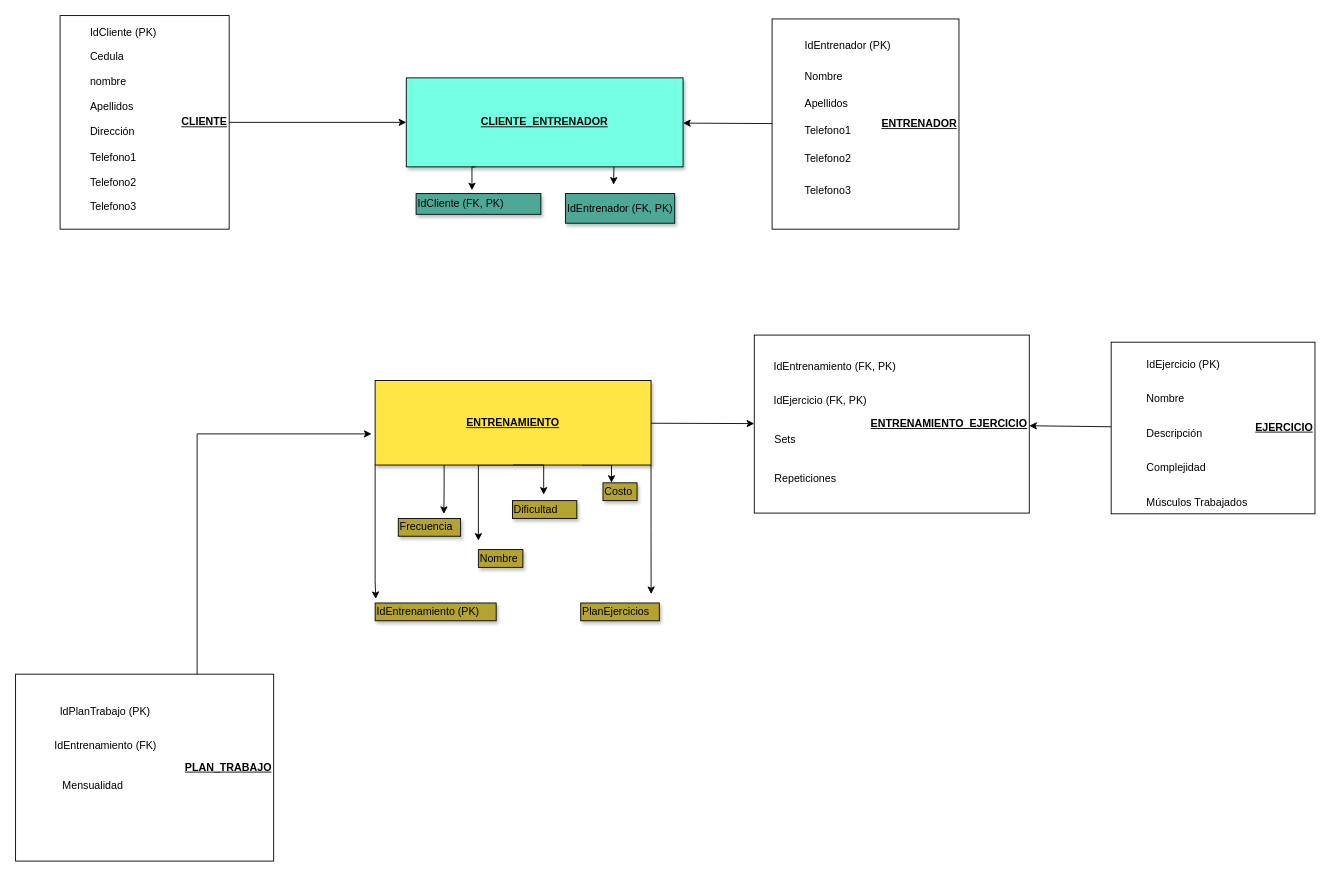
This is Diagrama sin título.drawio from Daniela27B/Daniela27B, a draw.io file, before an edit. Source tidied: cells renumbered, new cells numbered last; positions are measured from the earlier drawing's top-left corner, leaving out a move shared by most shapes. Both pictures are drawn from the tidied source at 89%, with x=0, y=0 at pixel (15, 15).
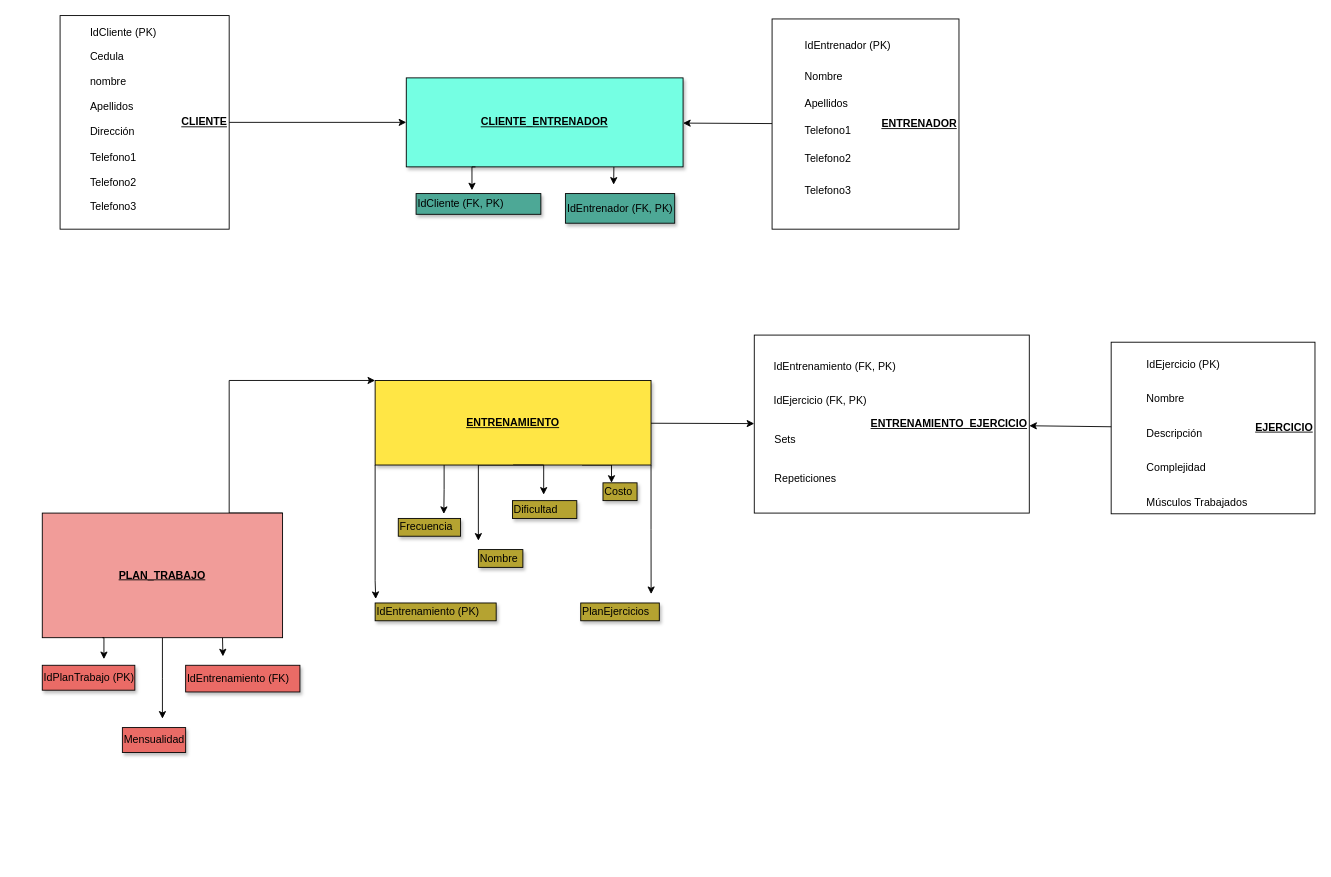
The same diagram, later.

The change refers to these unchanged cells:
```xml
<mxCell id="20" value="&lt;b&gt;&lt;u&gt;ENTRENAMIENTO&lt;/u&gt;&lt;/b&gt;" style="rounded=0;whiteSpace=wrap;html=1;align=center;fillColor=#FFE645;shadow=1;" parent="1" vertex="1">
  <mxGeometry x="404" y="410" width="310" height="95" as="geometry" />
</mxCell>
```

Diff of the diagram source:
```diff
@@
-    <mxCell id="11" style="edgeStyle=orthogonalEdgeStyle;rounded=0;orthogonalLoop=1;jettySize=auto;html=1;exitX=1;exitY=0;exitDx=0;exitDy=0;" parent="1" edge="1">
-      <mxGeometry relative="1" as="geometry">
-        <mxPoint x="90" y="820" as="sourcePoint" />
-        <mxPoint x="400" y="470" as="targetPoint" />
-        <Array as="points">
-          <mxPoint x="90" y="750" />
-          <mxPoint x="204" y="750" />
-          <mxPoint x="204" y="470" />
-        </Array>
-      </mxGeometry>
-    </mxCell>
+    <mxCell id="56" style="edgeStyle=orthogonalEdgeStyle;rounded=0;jettySize=auto;html=1;exitX=1;exitY=0;exitDx=0;exitDy=0;entryX=0;entryY=0;entryDx=0;entryDy=0;" parent="1" edge="1" source="12" target="20">
+      <mxGeometry relative="1" as="geometry">
+        <Array as="points">
+          <mxPoint x="240" y="410" />
+        </Array>
+      </mxGeometry>
+    </mxCell>
+    <mxCell id="57" style="edgeStyle=orthogonalEdgeStyle;rounded=0;jettySize=auto;html=1;exitX=0.75;exitY=1;exitDx=0;exitDy=0;" parent="1" edge="1" source="12">
+      <mxGeometry relative="1" as="geometry">
+        <mxPoint x="233" y="720" as="targetPoint" />
+      </mxGeometry>
+    </mxCell>
+    <mxCell id="58" style="edgeStyle=orthogonalEdgeStyle;rounded=0;jettySize=auto;html=1;exitX=0.5;exitY=1;exitDx=0;exitDy=0;" parent="1" edge="1" source="12">
+      <mxGeometry relative="1" as="geometry">
+        <mxPoint x="165" y="790" as="targetPoint" />
+      </mxGeometry>
+    </mxCell>
-    <mxCell id="12" value="&lt;u&gt;&lt;b&gt;PLAN_TRABAJO&lt;/b&gt;&lt;/u&gt;" style="rounded=0;whiteSpace=wrap;html=1;align=right;" parent="1" vertex="1">
-      <mxGeometry y="740" width="290" height="210" as="geometry" />
+    <mxCell id="12" value="&lt;u&gt;&lt;b&gt;PLAN_TRABAJO&lt;/b&gt;&lt;/u&gt;" style="rounded=0;whiteSpace=wrap;html=1;align=center;fillColor=#F19C99;" parent="1" vertex="1">
+      <mxGeometry x="30" y="559" width="270" height="140" as="geometry" />
     </mxCell>
-    <mxCell id="13" value="IdPlanTrabajo (PK)" style="text;html=1;strokeColor=none;fillColor=none;align=left;verticalAlign=middle;" parent="12" vertex="1">
-      <mxGeometry x="48.3" y="21" width="241.7" height="42" as="geometry" />
-    </mxCell>
-    <mxCell id="14" value="IdEntrenamiento (FK)" style="text;html=1;strokeColor=none;fillColor=none;align=left;verticalAlign=middle;" parent="12" vertex="1">
-      <mxGeometry x="42.3" y="70" width="72.5" height="21" as="geometry" />
-    </mxCell>
-    <mxCell id="15" value="Mensualidad" style="text;html=1;strokeColor=none;fillColor=none;align=left;verticalAlign=middle;" parent="12" vertex="1">
-      <mxGeometry x="50.8" y="105" width="48.3" height="42" as="geometry" />
-    </mxCell>
@@
+    <mxCell id="13" value="IdPlanTrabajo (PK)" style="text;html=1;strokeColor=#030303;fillColor=#EA6B66;align=left;verticalAlign=middle;shadow=1;" parent="1" vertex="1">
+      <mxGeometry x="30" y="730" width="104" height="28" as="geometry" />
+    </mxCell>
+    <mxCell id="14" value="IdEntrenamiento (FK)" style="text;html=1;strokeColor=#030303;fillColor=#EA6B66;align=left;verticalAlign=middle;shadow=1;" parent="1" vertex="1">
+      <mxGeometry x="191.1" y="730" width="128.4" height="30" as="geometry" />
+    </mxCell>
+    <mxCell id="15" value="Mensualidad" style="text;html=1;strokeColor=#030303;fillColor=#EA6B66;align=left;verticalAlign=middle;shadow=1;" parent="1" vertex="1">
+      <mxGeometry x="120" y="800" width="71.1" height="28" as="geometry" />
+    </mxCell>
+    <mxCell id="59" style="edgeStyle=orthogonalEdgeStyle;rounded=0;jettySize=auto;html=1;exitX=0.25;exitY=1;exitDx=0;exitDy=0;entryX=0.666;entryY=-0.246;entryDx=0;entryDy=0;entryPerimeter=0;" parent="1" edge="1" source="12" target="13">
+      <mxGeometry relative="1" as="geometry" />
+    </mxCell>
```
